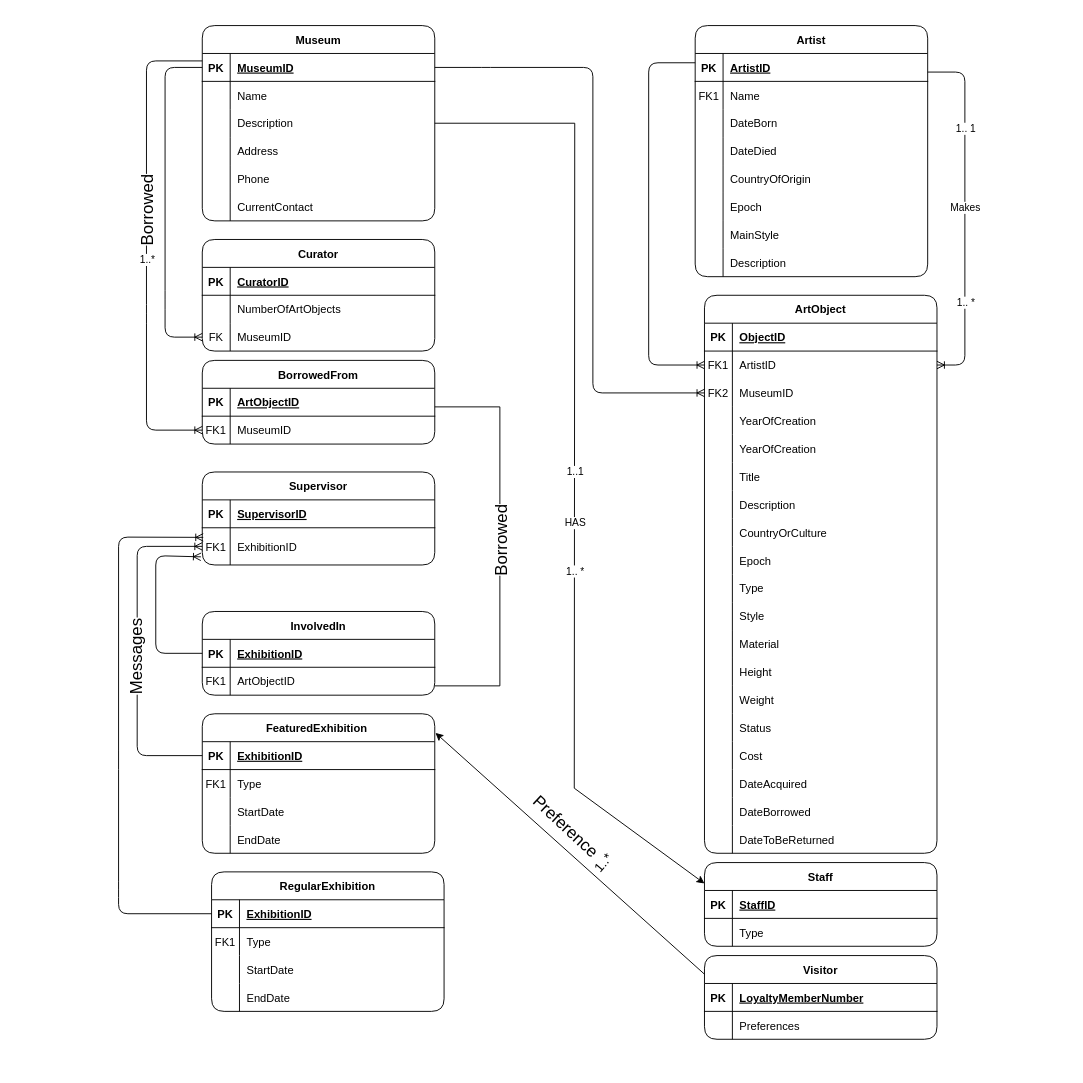
QingyangZeng-121/dat keeps this draw.io diagram as 未命名绘图.drawio. Above is the earlier version. Source tidied: cells renumbered, new cells numbered last; positions are measured from the earlier drawing's top-left corner, leaving out a move shared by most shapes. Both pictures are drawn from the tidied source at 93%, with x=0, y=0 at pixel (118, 25).
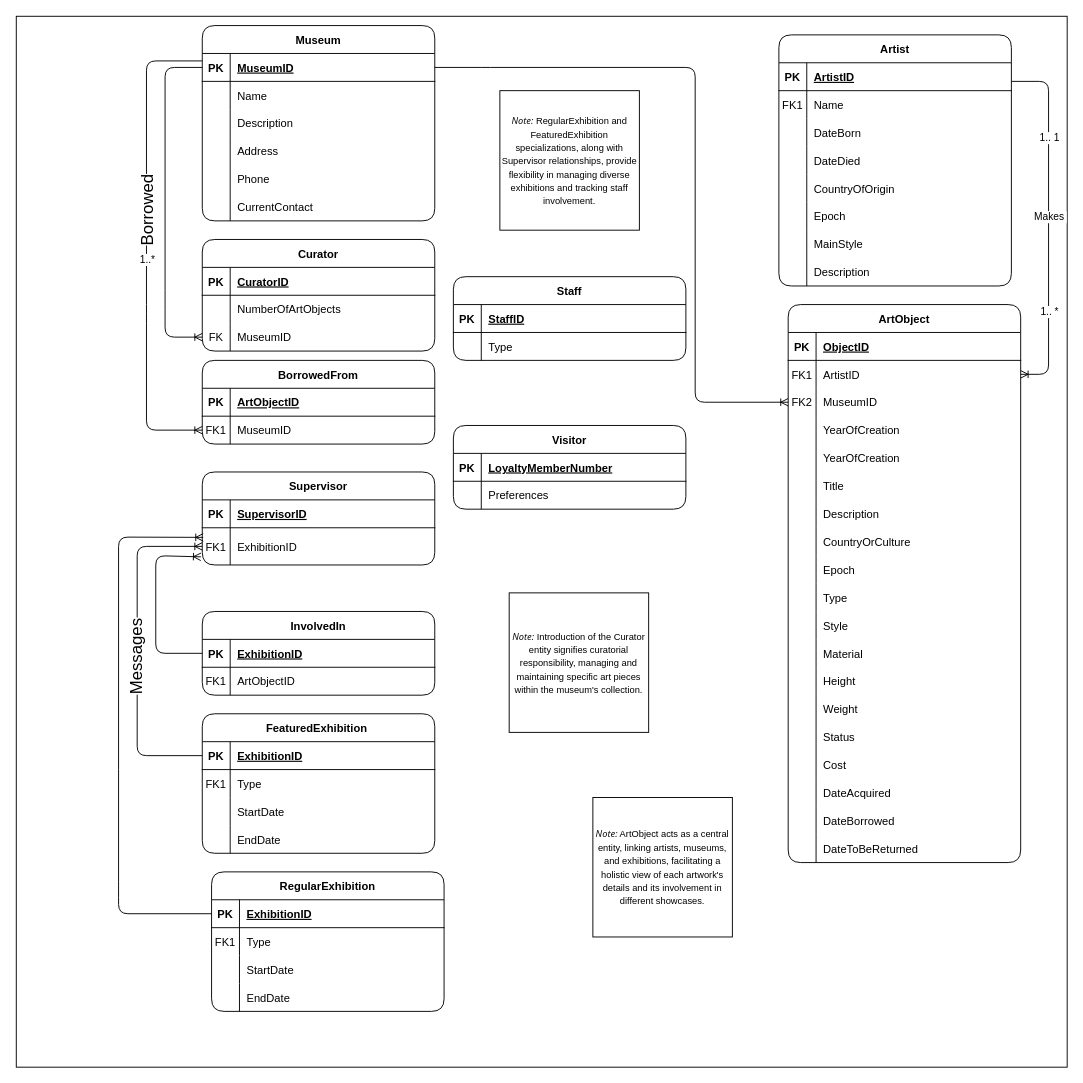
The same diagram, later.

Commit message (it also covers changes not shown here):
更新未命名绘图.drawio

Unchanged cells that the change refers to:
```xml
<mxCell id="31" style="shape=partialRectangle;fillColor=none;points=[[0,0.5],[1,0.5]];portConstraint=eastwest;top=0;left=0;right=0;bottom=0;rounded=1;" parent="27" vertex="1">
  <mxGeometry y="60" width="250" height="30" as="geometry" />
</mxCell>
<mxCell id="34" style="shape=partialRectangle;fillColor=none;points=[[0,0.5],[1,0.5]];portConstraint=eastwest;top=0;left=0;right=0;bottom=0;rounded=1;" parent="27" vertex="1">
  <mxGeometry y="90" width="250" height="30" as="geometry" />
</mxCell>
<mxCell id="86" style="shape=partialRectangle;fillColor=none;points=[[0,0.5],[1,0.5]];portConstraint=eastwest;top=0;left=0;right=0;bottom=1;rounded=1;" parent="85" vertex="1">
  <mxGeometry y="30" width="250" height="30" as="geometry" />
</mxCell>
<mxCell id="92" style="shape=partialRectangle;fillColor=none;points=[[0,0.5],[1,0.5]];portConstraint=eastwest;top=0;left=0;right=0;bottom=0;rounded=1;" parent="85" vertex="1">
  <mxGeometry y="90" width="250" height="30" as="geometry" />
</mxCell>
<mxCell id="142" value="FeaturedExhibition " style="shape=table;startSize=30;childLayout=tableLayout;rowLines=0;fontStyle=1;align=center;rounded=1;" parent="1" vertex="1">
  <mxGeometry x="90" y="740" width="250" height="150" as="geometry" />
</mxCell>
```

What changed in the source:
```diff
@@
+    <mxCell id="201" style="whiteSpace=wrap;html=1;" parent="1" vertex="1">
+      <mxGeometry x="-110" y="-10" width="1130" height="1130" as="geometry" />
+    </mxCell>
     <mxCell id="2" value="Artist" style="shape=table;startSize=30;childLayout=tableLayout;rowLines=0;fontStyle=1;align=center;rounded=1;" parent="1" vertex="1">
-      <mxGeometry x="620" width="250" height="270" as="geometry" />
+      <mxGeometry x="710" y="10" width="250" height="270" as="geometry" />
     </mxCell>
@@
     <mxCell id="27" value="ArtObject" style="shape=table;startSize=30;childLayout=tableLayout;rowLines=0;fontStyle=1;align=center;rounded=1;" parent="1" vertex="1">
-      <mxGeometry x="630" y="290" width="250" height="600" as="geometry" />
+      <mxGeometry x="720" y="300" width="250" height="600" as="geometry" />
     </mxCell>
@@
     <mxCell id="114" value="Visitor" style="shape=table;startSize=30;childLayout=tableLayout;rowLines=0;fontStyle=1;align=center;rounded=1;" parent="1" vertex="1">
-      <mxGeometry x="630" y="1000" width="250" height="90" as="geometry" />
+      <mxGeometry x="360" y="430" width="250" height="90" as="geometry" />
     </mxCell>
@@
     <mxCell id="121" value="Staff" style="shape=table;startSize=30;childLayout=tableLayout;rowLines=0;fontStyle=1;align=center;rounded=1;" parent="1" vertex="1">
-      <mxGeometry x="630" y="900" width="250" height="90" as="geometry" />
+      <mxGeometry x="360" y="270" width="250" height="90" as="geometry" />
     </mxCell>
@@
     <mxCell id="175" style="edgeStyle=entityRelationEdgeStyle;endArrow=ERoneToMany;startArrow=none;endFill=0;startFill=0;" parent="1" edge="1" target="31">
       <mxGeometry relative="1" as="geometry">
-        <mxPoint x="870" y="50" as="sourcePoint" />
+        <mxPoint x="960" y="60" as="sourcePoint" />
       </mxGeometry>
     </mxCell>
@@
-    <mxCell id="183" style="endArrow=none;html=1;rounded=1;labelBackgroundColor=default;strokeColor=default;align=center;verticalAlign=middle;fontFamily=Helvetica;fontSize=11;fontColor=default;shape=connector;exitX=0;exitY=0.5;exitDx=0;exitDy=0;endFill=0;startArrow=ERoneToMany;startFill=0;" parent="1" edge="1" source="31">
-      <mxGeometry relative="1" as="geometry">
-        <mxPoint x="620" y="40" as="targetPoint" />
-        <Array as="points">
-          <mxPoint x="570" y="365" />
-          <mxPoint x="570" y="40" />
-        </Array>
-      </mxGeometry>
-    </mxCell>
     <mxCell id="184" style="endArrow=none;html=1;rounded=1;labelBackgroundColor=default;strokeColor=default;align=center;verticalAlign=middle;fontFamily=Helvetica;fontSize=11;fontColor=default;shape=connector;exitX=0;exitY=0.5;exitDx=0;exitDy=0;endFill=0;startArrow=ERoneToMany;startFill=0;entryX=1;entryY=0.5;entryDx=0;entryDy=0;" parent="1" edge="1" source="34" target="86">
       <mxGeometry relative="1" as="geometry">
         <Array as="points">
-          <mxPoint x="510" y="395" />
-          <mxPoint x="510" y="45" />
+          <mxPoint x="620" y="405" />
+          <mxPoint x="620" y="45" />
           <mxPoint x="390" y="45" />
         </Array>
       </mxGeometry>
     </mxCell>
@@
-    <mxCell id="189" style="endArrow=none;html=1;rounded=0;exitX=1.003;exitY=0.137;exitDx=0;exitDy=0;exitPerimeter=0;startArrow=classic;startFill=1;" parent="1" edge="1" source="142">
-      <mxGeometry relative="1" as="geometry">
-        <mxPoint x="630" y="1020" as="targetPoint" />
-      </mxGeometry>
-    </mxCell>
-    <mxCell id="190" value="&lt;font style=&quot;font-size: 18px;&quot;&gt;Preference&lt;/font&gt;" style="edgeLabel;html=1;align=center;verticalAlign=middle;rotation=43;" parent="189" vertex="1">
-      <mxGeometry x="-0.02" y="2" relative="1" as="geometry">
-        <mxPoint x="-3" y="-26" as="offset" />
-      </mxGeometry>
-    </mxCell>
-    <mxCell id="191" value="&lt;span style=&quot;font-size: 14px;&quot;&gt;1..*&lt;/span&gt;" style="edgeLabel;html=1;align=center;verticalAlign=middle;rotation=-50;" parent="189" vertex="1">
-      <mxGeometry x="0.28" relative="1" as="geometry">
-        <mxPoint x="-6" y="-26" as="offset" />
-      </mxGeometry>
-    </mxCell>
-    <mxCell id="192" style="edgeStyle=orthogonalEdgeStyle;rounded=0;jettySize=auto;html=1;exitX=1;exitY=0.5;exitDx=0;exitDy=0;startArrow=none;startFill=0;endArrow=none;endFill=0;" parent="1" edge="1" source="92">
-      <mxGeometry relative="1" as="geometry">
-        <mxPoint x="490" y="820" as="targetPoint" />
-      </mxGeometry>
-    </mxCell>
-    <mxCell id="193" value="1..1" style="edgeLabel;html=1;align=center;verticalAlign=middle;" parent="192" vertex="1">
-      <mxGeometry x="0.38" relative="1" as="geometry">
-        <mxPoint y="-72" as="offset" />
-      </mxGeometry>
-    </mxCell>
-    <mxCell id="194" value="HAS" style="edgeLabel;html=1;align=center;verticalAlign=middle;" parent="192" vertex="1">
-      <mxGeometry x="0.34" relative="1" as="geometry" />
-    </mxCell>
-    <mxCell id="195" value="1.. *" style="edgeLabel;html=1;align=center;verticalAlign=middle;" parent="192" vertex="1">
-      <mxGeometry x="0.46" relative="1" as="geometry" />
-    </mxCell>
-    <mxCell id="196" style="endArrow=classic;html=1;rounded=0;entryX=0;entryY=0.25;entryDx=0;entryDy=0;" parent="1" edge="1" target="121">
-      <mxGeometry relative="1" as="geometry">
-        <mxPoint x="490" y="820" as="sourcePoint" />
-      </mxGeometry>
-    </mxCell>
-    <mxCell id="197" style="endArrow=none;html=1;rounded=0;" parent="1" edge="1">
-      <mxGeometry relative="1" as="geometry">
-        <mxPoint x="340" y="410" as="sourcePoint" />
-        <mxPoint x="410" y="410" as="targetPoint" />
-      </mxGeometry>
-    </mxCell>
-    <mxCell id="198" style="endArrow=none;html=1;rounded=0;" parent="1" edge="1">
-      <mxGeometry relative="1" as="geometry">
-        <mxPoint x="410" y="710" as="sourcePoint" />
-        <mxPoint x="410" y="410" as="targetPoint" />
-      </mxGeometry>
-    </mxCell>
-    <mxCell id="199" value="&lt;font style=&quot;font-size: 18px;&quot;&gt;Borrowed&lt;/font&gt;" style="edgeLabel;html=1;align=center;verticalAlign=middle;rotation=-90;" parent="198" vertex="1">
-      <mxGeometry x="0.03" y="-1" relative="1" as="geometry" />
-    </mxCell>
-    <mxCell id="200" style="endArrow=none;html=1;rounded=0;" parent="1" edge="1">
-      <mxGeometry relative="1" as="geometry">
-        <mxPoint x="340" y="710" as="sourcePoint" />
-        <mxPoint x="410" y="710" as="targetPoint" />
-      </mxGeometry>
-    </mxCell>
+    <mxCell id="202" value="&lt;font style=&quot;font-size: 10px;&quot;&gt;&lt;em style=&quot;border: 0px solid rgb(217, 217, 227); box-sizing: border-box; --tw-border-spacing-x: 0; --tw-border-spacing-y: 0; --tw-translate-x: 0; --tw-translate-y: 0; --tw-rotate: 0; --tw-skew-x: 0; --tw-skew-y: 0; --tw-scale-x: 1; --tw-scale-y: 1; --tw-pan-x: ; --tw-pan-y: ; --tw-pinch-zoom: ; --tw-scroll-snap-strictness: proximity; --tw-gradient-from-position: ; --tw-gradient-via-position: ; --tw-gradient-to-position: ; --tw-ordinal: ; --tw-slashed-zero: ; --tw-numeric-figure: ; --tw-numeric-spacing: ; --tw-numeric-fraction: ; --tw-ring-inset: ; --tw-ring-offset-width: 0px; --tw-ring-offset-color: #fff; --tw-ring-color: rgba(69,89,164,.5); --tw-ring-offset-shadow: 0 0 transparent; --tw-ring-shadow: 0 0 transparent; --tw-shadow: 0 0 transparent; --tw-shadow-colored: 0 0 transparent; --tw-blur: ; --tw-brightness: ; --tw-contrast: ; --tw-grayscale: ; --tw-hue-rotate: ; --tw-invert: ; --tw-saturate: ; --tw-sepia: ; --tw-drop-shadow: ; --tw-backdrop-blur: ; --tw-backdrop-brightness: ; --tw-backdrop-contrast: ; --tw-backdrop-grayscale: ; --tw-backdrop-hue-rotate: ; --tw-backdrop-invert: ; --tw-backdrop-opacity: ; --tw-backdrop-saturate: ; --tw-backdrop-sepia: ; color: rgb(15, 15, 15); font-family: Söhne, ui-sans-serif, system-ui, -apple-system, &amp;quot;Segoe UI&amp;quot;, Roboto, Ubuntu, Cantarell, &amp;quot;Noto Sans&amp;quot;, sans-serif, &amp;quot;Helvetica Neue&amp;quot;, Arial, &amp;quot;Apple Color Emoji&amp;quot;, &amp;quot;Segoe UI Emoji&amp;quot;, &amp;quot;Segoe UI Symbol&amp;quot;, &amp;quot;Noto Color Emoji&amp;quot;; text-align: left;&quot;&gt;Note:&lt;/em&gt; ArtObject acts as a central entity, linking artists, museums, and exhibitions, facilitating a holistic view of each artwork's details and its involvement in different showcases.&lt;/font&gt;" style="whiteSpace=wrap;html=1;" parent="1" vertex="1">
+      <mxGeometry x="510" y="830" width="150" height="150" as="geometry" />
+    </mxCell>
+    <mxCell id="203" value="&lt;font style=&quot;font-size: 10px;&quot;&gt;&lt;em style=&quot;border: 0px solid rgb(217, 217, 227); box-sizing: border-box; --tw-border-spacing-x: 0; --tw-border-spacing-y: 0; --tw-translate-x: 0; --tw-translate-y: 0; --tw-rotate: 0; --tw-skew-x: 0; --tw-skew-y: 0; --tw-scale-x: 1; --tw-scale-y: 1; --tw-pan-x: ; --tw-pan-y: ; --tw-pinch-zoom: ; --tw-scroll-snap-strictness: proximity; --tw-gradient-from-position: ; --tw-gradient-via-position: ; --tw-gradient-to-position: ; --tw-ordinal: ; --tw-slashed-zero: ; --tw-numeric-figure: ; --tw-numeric-spacing: ; --tw-numeric-fraction: ; --tw-ring-inset: ; --tw-ring-offset-width: 0px; --tw-ring-offset-color: #fff; --tw-ring-color: rgba(69,89,164,.5); --tw-ring-offset-shadow: 0 0 transparent; --tw-ring-shadow: 0 0 transparent; --tw-shadow: 0 0 transparent; --tw-shadow-colored: 0 0 transparent; --tw-blur: ; --tw-brightness: ; --tw-contrast: ; --tw-grayscale: ; --tw-hue-rotate: ; --tw-invert: ; --tw-saturate: ; --tw-sepia: ; --tw-drop-shadow: ; --tw-backdrop-blur: ; --tw-backdrop-brightness: ; --tw-backdrop-contrast: ; --tw-backdrop-grayscale: ; --tw-backdrop-hue-rotate: ; --tw-backdrop-invert: ; --tw-backdrop-opacity: ; --tw-backdrop-saturate: ; --tw-backdrop-sepia: ; color: rgb(15, 15, 15); font-family: Söhne, ui-sans-serif, system-ui, -apple-system, &amp;quot;Segoe UI&amp;quot;, Roboto, Ubuntu, Cantarell, &amp;quot;Noto Sans&amp;quot;, sans-serif, &amp;quot;Helvetica Neue&amp;quot;, Arial, &amp;quot;Apple Color Emoji&amp;quot;, &amp;quot;Segoe UI Emoji&amp;quot;, &amp;quot;Segoe UI Symbol&amp;quot;, &amp;quot;Noto Color Emoji&amp;quot;; text-align: left;&quot;&gt;Note:&lt;/em&gt; Introduction of the Curator entity signifies curatorial responsibility, managing and maintaining specific art pieces within the museum's collection.&lt;/font&gt;" style="rounded=0;whiteSpace=wrap;html=1;" parent="1" vertex="1">
+      <mxGeometry x="420" y="610" width="150" height="150" as="geometry" />
+    </mxCell>
+    <mxCell id="204" value="&lt;font style=&quot;font-size: 10px;&quot;&gt;&lt;em style=&quot;border: 0px solid rgb(217, 217, 227); box-sizing: border-box; --tw-border-spacing-x: 0; --tw-border-spacing-y: 0; --tw-translate-x: 0; --tw-translate-y: 0; --tw-rotate: 0; --tw-skew-x: 0; --tw-skew-y: 0; --tw-scale-x: 1; --tw-scale-y: 1; --tw-pan-x: ; --tw-pan-y: ; --tw-pinch-zoom: ; --tw-scroll-snap-strictness: proximity; --tw-gradient-from-position: ; --tw-gradient-via-position: ; --tw-gradient-to-position: ; --tw-ordinal: ; --tw-slashed-zero: ; --tw-numeric-figure: ; --tw-numeric-spacing: ; --tw-numeric-fraction: ; --tw-ring-inset: ; --tw-ring-offset-width: 0px; --tw-ring-offset-color: #fff; --tw-ring-color: rgba(69,89,164,.5); --tw-ring-offset-shadow: 0 0 transparent; --tw-ring-shadow: 0 0 transparent; --tw-shadow: 0 0 transparent; --tw-shadow-colored: 0 0 transparent; --tw-blur: ; --tw-brightness: ; --tw-contrast: ; --tw-grayscale: ; --tw-hue-rotate: ; --tw-invert: ; --tw-saturate: ; --tw-sepia: ; --tw-drop-shadow: ; --tw-backdrop-blur: ; --tw-backdrop-brightness: ; --tw-backdrop-contrast: ; --tw-backdrop-grayscale: ; --tw-backdrop-hue-rotate: ; --tw-backdrop-invert: ; --tw-backdrop-opacity: ; --tw-backdrop-saturate: ; --tw-backdrop-sepia: ; color: rgb(15, 15, 15); font-family: Söhne, ui-sans-serif, system-ui, -apple-system, &amp;quot;Segoe UI&amp;quot;, Roboto, Ubuntu, Cantarell, &amp;quot;Noto Sans&amp;quot;, sans-serif, &amp;quot;Helvetica Neue&amp;quot;, Arial, &amp;quot;Apple Color Emoji&amp;quot;, &amp;quot;Segoe UI Emoji&amp;quot;, &amp;quot;Segoe UI Symbol&amp;quot;, &amp;quot;Noto Color Emoji&amp;quot;; text-align: left;&quot;&gt;Note:&lt;/em&gt; RegularExhibition and FeaturedExhibition specializations, along with Supervisor relationships, provide flexibility in managing diverse exhibitions and tracking staff involvement.&lt;/font&gt;" style="rounded=0;whiteSpace=wrap;html=1;" parent="1" vertex="1">
+      <mxGeometry x="410" y="70" width="150" height="150" as="geometry" />
+    </mxCell>
```
